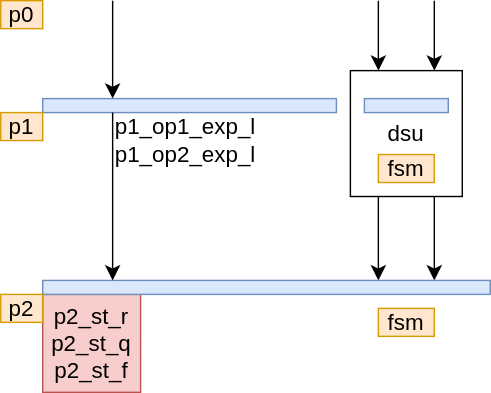
Before: de/fpu/include_f16div/f16div_uarch_rough.svg, a diagram exported from draw.io (jnjnliwenjie0022/obs). Source tidied: cells renumbered, new cells last; positions are measured from the earlier drawing's top-left corner, leaving out a move shared by most shapes.
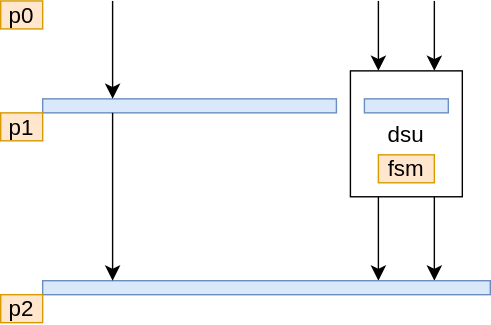
Later version of the same file.

Change to the diagram source:
```diff
@@ -2,9 +2,6 @@
   <root>
     <mxCell id="0" />
     <mxCell id="1" parent="0" />
-    <mxCell id="2" value="p2_st_r&lt;br&gt;p2_st_q&lt;br&gt;p2_st_f" style="rounded=0;whiteSpace=wrap;html=1;fontSize=16;fillColor=#f8cecc;strokeColor=#b85450;" parent="1" vertex="1">
-      <mxGeometry x="30" y="210" width="70" height="70" as="geometry" />
-    </mxCell>
     <mxCell id="3" style="edgeStyle=none;curved=1;rounded=0;jettySize=auto;html=1;exitX=0.25;exitY=1;exitDx=0;exitDy=0;fontSize=12;startSize=8;endSize=8;" parent="1" edge="1" source="7">
       <mxGeometry relative="1" as="geometry">
         <mxPoint x="270" y="200" as="targetPoint" />
@@ -43,12 +40,6 @@
     <mxCell id="12" value="p2" style="rounded=0;whiteSpace=wrap;html=1;fontSize=16;fillColor=#ffe6cc;strokeColor=#d79b00;" parent="1" vertex="1">
       <mxGeometry y="210" width="30" height="20" as="geometry" />
     </mxCell>
-    <mxCell id="13" value="p1_op1_exp_l" style="rounded=0;whiteSpace=wrap;html=1;fontSize=16;fillColor=none;strokeColor=none;verticalAlign=middle;align=left;" parent="1" vertex="1">
-      <mxGeometry x="80" y="80" width="110" height="20" as="geometry" />
-    </mxCell>
-    <mxCell id="14" value="p1_op2_exp_l" style="rounded=0;whiteSpace=wrap;html=1;fontSize=16;fillColor=none;strokeColor=none;verticalAlign=middle;align=left;" parent="1" vertex="1">
-      <mxGeometry x="80" y="100" width="110" height="20" as="geometry" />
-    </mxCell>
     <mxCell id="15" value="fsm" style="rounded=0;whiteSpace=wrap;html=1;fontSize=16;fillColor=#ffe6cc;strokeColor=#d79b00;" parent="1" vertex="1">
       <mxGeometry x="270" y="110" width="40" height="20" as="geometry" />
     </mxCell>
@@ -58,9 +49,6 @@
         <mxPoint x="80" y="200" as="targetPoint" />
       </mxGeometry>
     </mxCell>
-    <mxCell id="17" value="fsm" style="rounded=0;whiteSpace=wrap;html=1;fontSize=16;fillColor=#ffe6cc;strokeColor=#d79b00;" parent="1" vertex="1">
-      <mxGeometry x="270" y="220" width="40" height="20" as="geometry" />
-    </mxCell>
     <mxCell id="18" style="edgeStyle=none;curved=1;rounded=0;orthogonalLoop=1;jettySize=auto;html=1;fontSize=12;startSize=8;endSize=8;exitX=0.348;exitY=0.89;exitDx=0;exitDy=0;exitPerimeter=0;" parent="1" edge="1">
       <mxGeometry relative="1" as="geometry">
         <mxPoint x="80" as="sourcePoint" />
```
